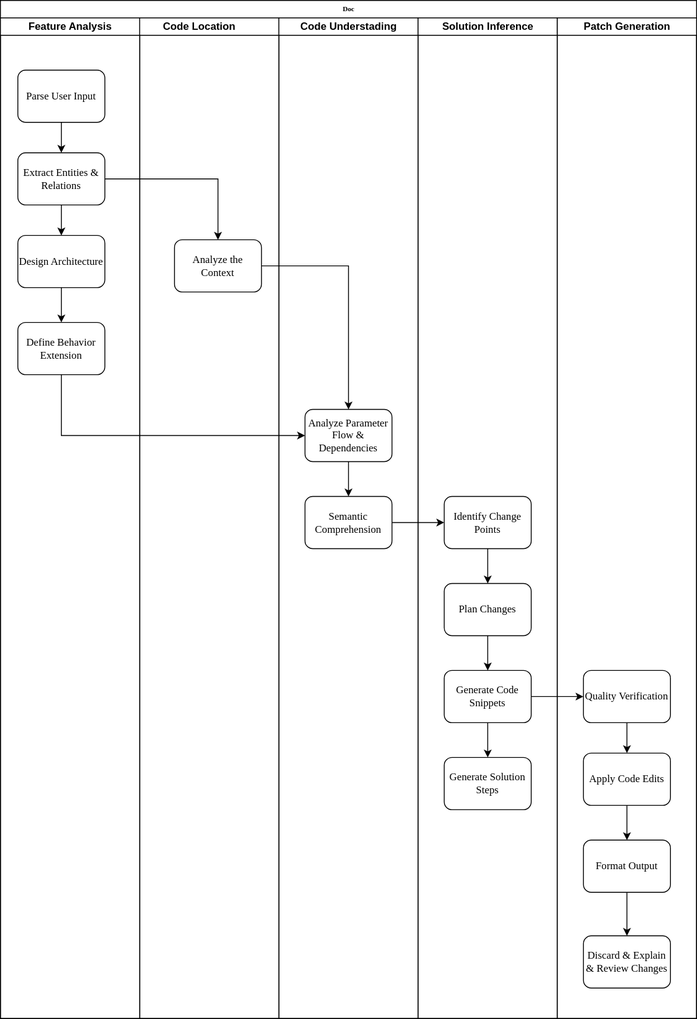
Before: doc.svg, a diagram exported from draw.io (BullFrogDianDian/SoftEngineer). Source tidied: cells renumbered, new cells last; positions are measured from the earlier drawing's top-left corner, leaving out a move shared by most shapes.
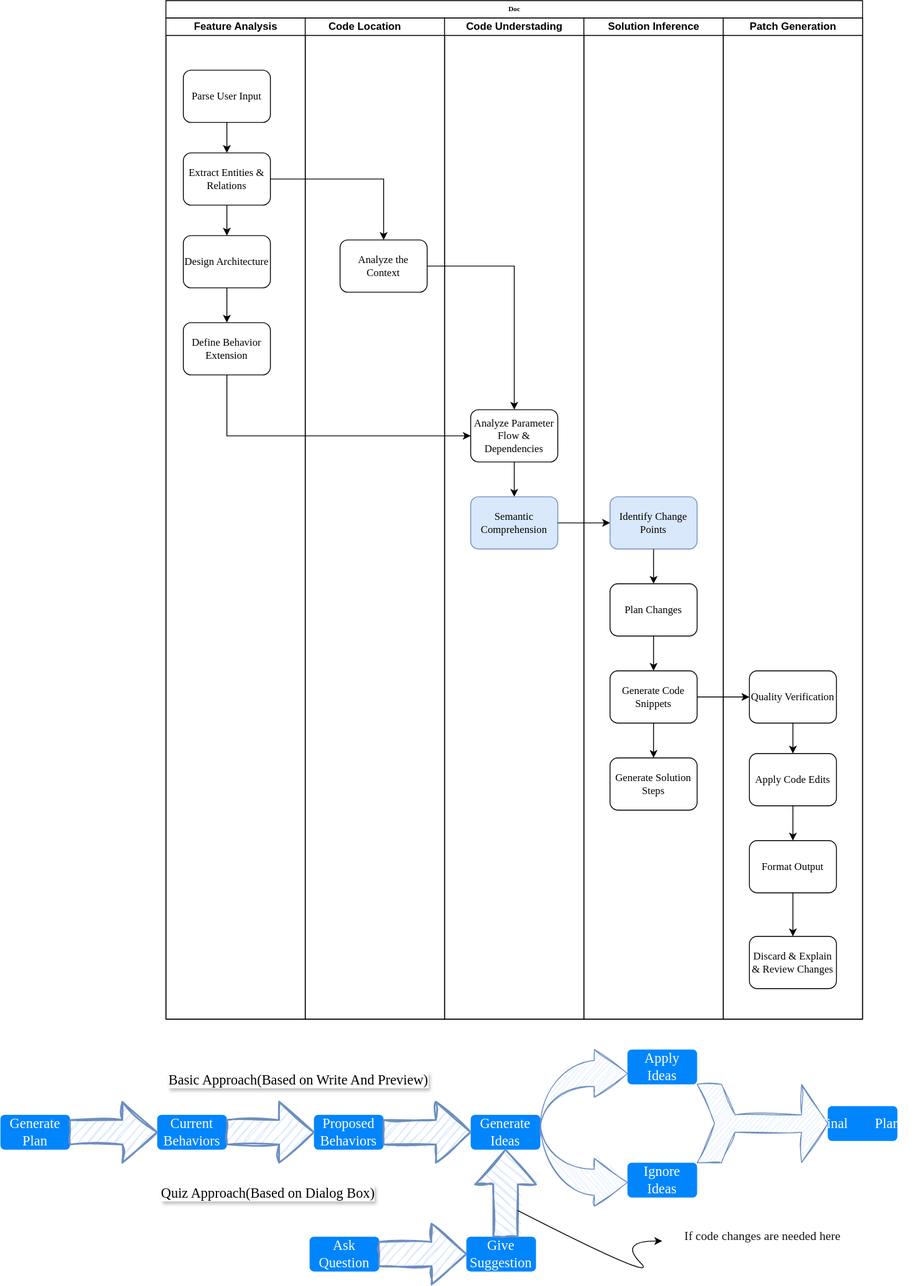
Later version of the same file.

The edit, as a diff of the source:
```diff
@@ -44,7 +44,7 @@
     <mxCell id="15" value="&lt;font style=&quot;font-size: 12px;&quot;&gt;Analyze Parameter Flow &amp;amp; Dependencies&lt;/font&gt;" style="rounded=1;whiteSpace=wrap;html=1;shadow=0;labelBackgroundColor=none;strokeWidth=1;fontFamily=Verdana;fontSize=8;align=center;" parent="13" vertex="1">
       <mxGeometry x="30" y="450" width="100" height="60" as="geometry" />
     </mxCell>
-    <mxCell id="16" value="&lt;span style=&quot;font-size: 12px;&quot;&gt;Semantic Comprehension&lt;/span&gt;" style="rounded=1;whiteSpace=wrap;html=1;shadow=0;labelBackgroundColor=none;strokeWidth=1;fontFamily=Verdana;fontSize=8;align=center;" parent="13" vertex="1">
+    <mxCell id="16" value="&lt;span style=&quot;font-size: 12px;&quot;&gt;Semantic Comprehension&lt;/span&gt;" style="rounded=1;whiteSpace=wrap;html=1;shadow=0;labelBackgroundColor=none;strokeWidth=1;fontFamily=Verdana;fontSize=8;align=center;fillColor=#dae8fc;strokeColor=#6c8ebf;" parent="13" vertex="1">
       <mxGeometry x="30" y="550" width="100" height="60" as="geometry" />
     </mxCell>
     <mxCell id="17" value="Solution Inference" style="swimlane;html=1;startSize=20;" parent="2" vertex="1">
@@ -53,7 +53,7 @@
     <mxCell id="18" style="edgeStyle=orthogonalEdgeStyle;rounded=0;jettySize=auto;html=1;" parent="17" edge="1" source="19" target="21">
       <mxGeometry relative="1" as="geometry" />
     </mxCell>
-    <mxCell id="19" value="&lt;font style=&quot;font-size: 12px;&quot;&gt;Identify Change Points&lt;/font&gt;" style="rounded=1;whiteSpace=wrap;html=1;shadow=0;labelBackgroundColor=none;strokeWidth=1;fontFamily=Verdana;fontSize=8;align=center;" parent="17" vertex="1">
+    <mxCell id="19" value="&lt;font style=&quot;font-size: 12px;&quot;&gt;Identify Change Points&lt;/font&gt;" style="rounded=1;whiteSpace=wrap;html=1;shadow=0;labelBackgroundColor=none;strokeWidth=1;fontFamily=Verdana;fontSize=8;align=center;fillColor=#dae8fc;strokeColor=#6c8ebf;" parent="17" vertex="1">
       <mxGeometry x="30" y="550" width="100" height="60" as="geometry" />
     </mxCell>
     <mxCell id="20" style="edgeStyle=orthogonalEdgeStyle;rounded=0;jettySize=auto;html=1;" parent="17" edge="1" source="21" target="23">
@@ -123,5 +123,74 @@
     <mxCell id="37" style="edgeStyle=orthogonalEdgeStyle;rounded=0;jettySize=auto;html=1;" parent="2" edge="1" source="23" target="32">
       <mxGeometry relative="1" as="geometry" />
     </mxCell>
+    <mxCell id="38" value="&lt;font face=&quot;Comic Sans MS&quot;&gt;Proposed Behaviors&lt;/font&gt;" style="html=1;shadow=0;dashed=0;shape=mxgraph.bootstrap.rrect;rSize=5;strokeColor=none;strokeWidth=1;fillColor=#0085FC;fontColor=#FFFFFF;whiteSpace=wrap;align=center;verticalAlign=middle;spacingLeft=0;fontStyle=0;fontSize=16;spacing=5;" parent="1" vertex="1">
+      <mxGeometry x="170" y="1280" width="80" height="40" as="geometry" />
+    </mxCell>
+    <mxCell id="39" value="&lt;font face=&quot;Comic Sans MS&quot;&gt;Current Behaviors&lt;/font&gt;" style="html=1;shadow=0;dashed=0;shape=mxgraph.bootstrap.rrect;rSize=5;strokeColor=none;strokeWidth=1;fillColor=#0085FC;fontColor=#FFFFFF;whiteSpace=wrap;align=center;verticalAlign=middle;spacingLeft=0;fontStyle=0;fontSize=16;spacing=5;" parent="1" vertex="1">
+      <mxGeometry x="-10" y="1280" width="80" height="40" as="geometry" />
+    </mxCell>
+    <mxCell id="40" value="&lt;font face=&quot;Comic Sans MS&quot;&gt;Apply Ideas&lt;/font&gt;" style="html=1;shadow=0;dashed=0;shape=mxgraph.bootstrap.rrect;rSize=5;strokeColor=none;strokeWidth=1;fillColor=#0085FC;fontColor=#FFFFFF;whiteSpace=wrap;align=center;verticalAlign=middle;spacingLeft=0;fontStyle=0;fontSize=16;spacing=5;" parent="1" vertex="1">
+      <mxGeometry x="530" y="1205" width="80" height="40" as="geometry" />
+    </mxCell>
+    <mxCell id="41" value="&lt;font face=&quot;Comic Sans MS&quot;&gt;Generate Ideas&lt;/font&gt;" style="html=1;shadow=0;dashed=0;shape=mxgraph.bootstrap.rrect;rSize=5;strokeColor=none;strokeWidth=1;fillColor=#0085FC;fontColor=#FFFFFF;whiteSpace=wrap;align=center;verticalAlign=middle;spacingLeft=0;fontStyle=0;fontSize=16;spacing=5;" parent="1" vertex="1">
+      <mxGeometry x="350" y="1280" width="80" height="40" as="geometry" />
+    </mxCell>
+    <mxCell id="42" style="html=1;shadow=0;dashed=0;align=center;verticalAlign=middle;shape=mxgraph.arrows2.jumpInArrow;dy=15;dx=38;arrowHead=55;fillColor=#dae8fc;strokeColor=#6c8ebf;sketch=1;curveFitting=1;jiggle=2;" parent="1" vertex="1">
+      <mxGeometry x="430" y="1205" width="100" height="100" as="geometry" />
+    </mxCell>
+    <mxCell id="43" style="verticalLabelPosition=bottom;verticalAlign=top;html=1;strokeWidth=2;shape=mxgraph.arrows2.arrow;dy=0.6;dx=40;notch=0;fillColor=#dae8fc;strokeColor=#6c8ebf;sketch=1;curveFitting=1;jiggle=2;" parent="1" vertex="1">
+      <mxGeometry x="70" y="1265" width="100" height="70" as="geometry" />
+    </mxCell>
+    <mxCell id="44" style="verticalLabelPosition=bottom;verticalAlign=top;html=1;strokeWidth=2;shape=mxgraph.arrows2.arrow;dy=0.6;dx=40;notch=0;fillColor=#dae8fc;strokeColor=#6c8ebf;sketch=1;curveFitting=1;jiggle=2;" parent="1" vertex="1">
+      <mxGeometry x="250" y="1265" width="100" height="70" as="geometry" />
+    </mxCell>
+    <mxCell id="45" style="html=1;shadow=0;dashed=0;align=center;verticalAlign=middle;shape=mxgraph.arrows2.jumpInArrow;dy=15;dx=38;arrowHead=55;fillColor=#dae8fc;strokeColor=#6c8ebf;sketch=1;curveFitting=1;jiggle=2;direction=west;flipH=1;" parent="1" vertex="1">
+      <mxGeometry x="430" y="1285" width="100" height="100" as="geometry" />
+    </mxCell>
+    <mxCell id="46" value="&lt;font face=&quot;Comic Sans MS&quot;&gt;Ignore Ideas&lt;/font&gt;" style="html=1;shadow=0;dashed=0;shape=mxgraph.bootstrap.rrect;rSize=5;strokeColor=none;strokeWidth=1;fillColor=#0085FC;fontColor=#FFFFFF;whiteSpace=wrap;align=center;verticalAlign=middle;spacingLeft=0;fontStyle=0;fontSize=16;spacing=5;" parent="1" vertex="1">
+      <mxGeometry x="530" y="1335" width="80" height="40" as="geometry" />
+    </mxCell>
+    <mxCell id="47" style="html=1;shadow=0;dashed=0;align=center;verticalAlign=middle;shape=mxgraph.arrows2.tailedNotchedArrow;dy1=10;dx1=30;notch=20;arrowHead=35;dx2=28;dy2=45;sketch=1;curveFitting=1;jiggle=2;fillColor=#dae8fc;strokeColor=#6c8ebf;" parent="1" vertex="1">
+      <mxGeometry x="610" y="1245" width="150" height="90" as="geometry" />
+    </mxCell>
+    <mxCell id="48" value="&lt;font face=&quot;Comic Sans MS&quot;&gt;Final&lt;span style=&quot;white-space: pre;&quot;&gt;&#9;&lt;/span&gt;Plans&lt;/font&gt;" style="html=1;shadow=0;dashed=0;shape=mxgraph.bootstrap.rrect;rSize=5;strokeColor=none;strokeWidth=1;fillColor=#0085FC;fontColor=#FFFFFF;whiteSpace=wrap;align=center;verticalAlign=middle;spacingLeft=0;fontStyle=0;fontSize=16;spacing=5;" parent="1" vertex="1">
+      <mxGeometry x="760" y="1270" width="80" height="40" as="geometry" />
+    </mxCell>
+    <mxCell id="49" value="&lt;font face=&quot;Comic Sans MS&quot;&gt;Ask Question&lt;/font&gt;" style="html=1;shadow=0;dashed=0;shape=mxgraph.bootstrap.rrect;rSize=5;strokeColor=none;strokeWidth=1;fillColor=#0085FC;fontColor=#FFFFFF;whiteSpace=wrap;align=center;verticalAlign=middle;spacingLeft=0;fontStyle=0;fontSize=16;spacing=5;" parent="1" vertex="1">
+      <mxGeometry x="165" y="1420" width="80" height="40" as="geometry" />
+    </mxCell>
+    <mxCell id="50" value="&lt;font face=&quot;Comic Sans MS&quot;&gt;Give Suggestion&lt;/font&gt;" style="html=1;shadow=0;dashed=0;shape=mxgraph.bootstrap.rrect;rSize=5;strokeColor=none;strokeWidth=1;fillColor=#0085FC;fontColor=#FFFFFF;whiteSpace=wrap;align=center;verticalAlign=middle;spacingLeft=0;fontStyle=0;fontSize=16;spacing=5;" parent="1" vertex="1">
+      <mxGeometry x="345" y="1420" width="80" height="40" as="geometry" />
+    </mxCell>
+    <mxCell id="51" style="verticalLabelPosition=bottom;verticalAlign=top;html=1;strokeWidth=2;shape=mxgraph.arrows2.arrow;dy=0.6;dx=40;notch=0;fillColor=#dae8fc;strokeColor=#6c8ebf;sketch=1;curveFitting=1;jiggle=2;" parent="1" vertex="1">
+      <mxGeometry x="245" y="1405" width="100" height="70" as="geometry" />
+    </mxCell>
+    <mxCell id="52" style="verticalLabelPosition=bottom;verticalAlign=top;html=1;strokeWidth=2;shape=mxgraph.arrows2.arrow;dy=0.6;dx=40;notch=0;fillColor=#dae8fc;strokeColor=#6c8ebf;sketch=1;curveFitting=1;jiggle=2;direction=north;" parent="1" vertex="1">
+      <mxGeometry x="355" y="1320" width="70" height="100" as="geometry" />
+    </mxCell>
+    <mxCell id="53" value="&lt;font style=&quot;font-size: 16px;&quot;&gt;Basic Approach(Based on Write And Preview)&lt;/font&gt;" style="text;html=1;align=center;verticalAlign=middle;whiteSpace=wrap;rounded=0;fontFamily=Comic Sans MS;labelBackgroundColor=default;textShadow=1;labelBorderColor=none;" parent="1" vertex="1">
+      <mxGeometry x="-25" y="1225" width="355" height="30" as="geometry" />
+    </mxCell>
+    <mxCell id="54" style="curved=1;endArrow=classic;html=1;rounded=0;exitX=0;exitY=0;exitDx=30;exitDy=49;exitPerimeter=0;" parent="1" edge="1" source="52">
+      <mxGeometry relative="1" as="geometry">
+        <mxPoint x="570" y="1425" as="targetPoint" />
+        <Array as="points">
+          <mxPoint x="570" y="1475" />
+          <mxPoint x="520" y="1425" />
+        </Array>
+      </mxGeometry>
+    </mxCell>
+    <mxCell id="55" value="&lt;span style=&quot;caret-color: rgb(16, 18, 20); color: rgb(16, 18, 20); font-size: 14px; text-align: start; white-space-collapse: preserve;&quot;&gt;&lt;font face=&quot;Comic Sans MS&quot;&gt;If code changes are needed here&lt;/font&gt;&lt;/span&gt;" style="text;html=1;align=center;verticalAlign=middle;whiteSpace=wrap;rounded=0;fontFamily=Comic Sans MS;labelBackgroundColor=default;textShadow=0;labelBorderColor=none;" parent="1" vertex="1">
+      <mxGeometry x="507.5" y="1405" width="355" height="30" as="geometry" />
+    </mxCell>
+    <mxCell id="56" value="&lt;font style=&quot;font-size: 16px;&quot;&gt;Quiz Approach(Based on Dialog Box)&lt;/font&gt;" style="text;html=1;align=center;verticalAlign=middle;whiteSpace=wrap;rounded=0;fontFamily=Comic Sans MS;labelBackgroundColor=default;textShadow=1;labelBorderColor=none;" parent="1" vertex="1">
+      <mxGeometry x="-60" y="1355" width="355" height="30" as="geometry" />
+    </mxCell>
+    <mxCell id="57" value="&lt;font face=&quot;Comic Sans MS&quot;&gt;Generate Plan&lt;/font&gt;" style="html=1;shadow=0;dashed=0;shape=mxgraph.bootstrap.rrect;rSize=5;strokeColor=none;strokeWidth=1;fillColor=#0085FC;fontColor=#FFFFFF;whiteSpace=wrap;align=center;verticalAlign=middle;spacingLeft=0;fontStyle=0;fontSize=16;spacing=5;" parent="1" vertex="1">
+      <mxGeometry x="-190" y="1280" width="80" height="40" as="geometry" />
+    </mxCell>
+    <mxCell id="58" style="verticalLabelPosition=bottom;verticalAlign=top;html=1;strokeWidth=2;shape=mxgraph.arrows2.arrow;dy=0.6;dx=40;notch=0;fillColor=#dae8fc;strokeColor=#6c8ebf;sketch=1;curveFitting=1;jiggle=2;" parent="1" vertex="1">
+      <mxGeometry x="-110" y="1265" width="100" height="70" as="geometry" />
+    </mxCell>
   </root>
 </mxGraphModel>
```
